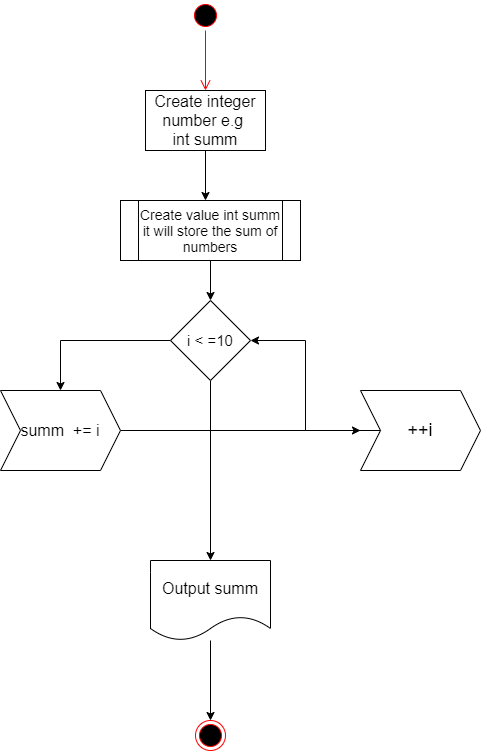
The draw.io diagram Task/Cycle.png in maxsdrv/GB_Algorithms_homework, before a commit. Source tidied: cells renumbered, new cells last; positions are measured from the earlier drawing's top-left corner, leaving out a move shared by most shapes.
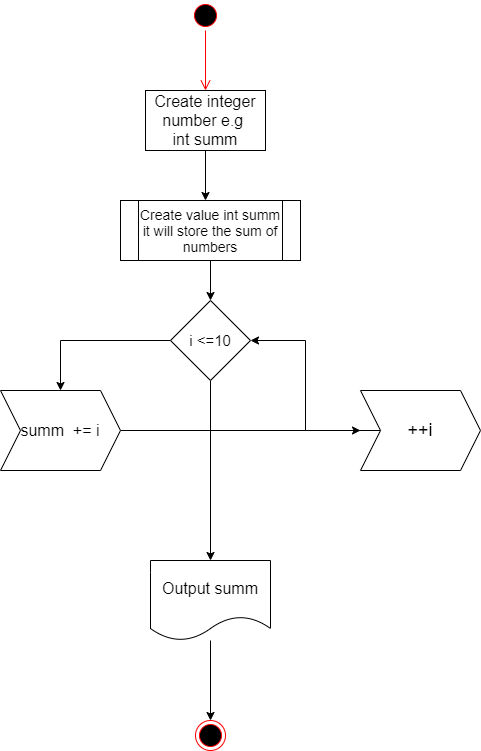
After the commit.

What changed in the source:
```diff
@@ -30,7 +30,7 @@
     <mxCell id="9" style="edgeStyle=orthogonalEdgeStyle;rounded=0;jettySize=auto;html=1;entryX=0.5;entryY=0;entryDx=0;entryDy=0;entryPerimeter=0;" parent="1" edge="1" source="10" target="16">
       <mxGeometry relative="1" as="geometry" />
     </mxCell>
-    <mxCell id="10" value="&lt;font style=&quot;font-size: 15px&quot;&gt;i &amp;lt; =10&lt;/font&gt;" style="rhombus;whiteSpace=wrap;html=1;" parent="1" vertex="1">
+    <mxCell id="10" value="&lt;font style=&quot;font-size: 15px&quot;&gt;i &amp;lt;=10&lt;/font&gt;" style="rhombus;whiteSpace=wrap;html=1;" parent="1" vertex="1">
       <mxGeometry x="170" y="300" width="80" height="80" as="geometry" />
     </mxCell>
     <mxCell id="11" style="edgeStyle=orthogonalEdgeStyle;rounded=0;jettySize=auto;html=1;entryX=0;entryY=0.5;entryDx=0;entryDy=0;entryPerimeter=0;" parent="1" edge="1" source="12" target="14">
```
